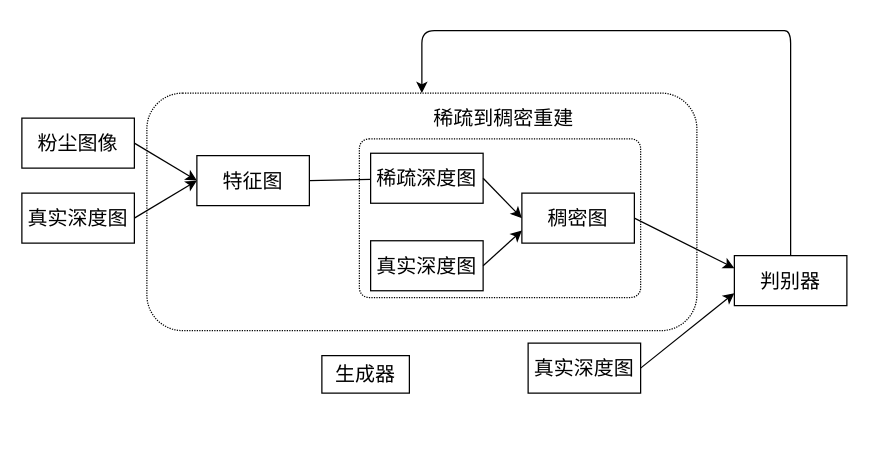
JhmRoy/lanqiao keeps this draw.io diagram as Untitled Diagram.drawio. Above is the earlier version. Source tidied: cells renumbered, new cells numbered last; positions are measured from the earlier drawing's top-left corner, leaving out a move shared by most shapes. Both pictures are drawn from the tidied source at 125%, with x=0, y=0 at pixel (21, 30).
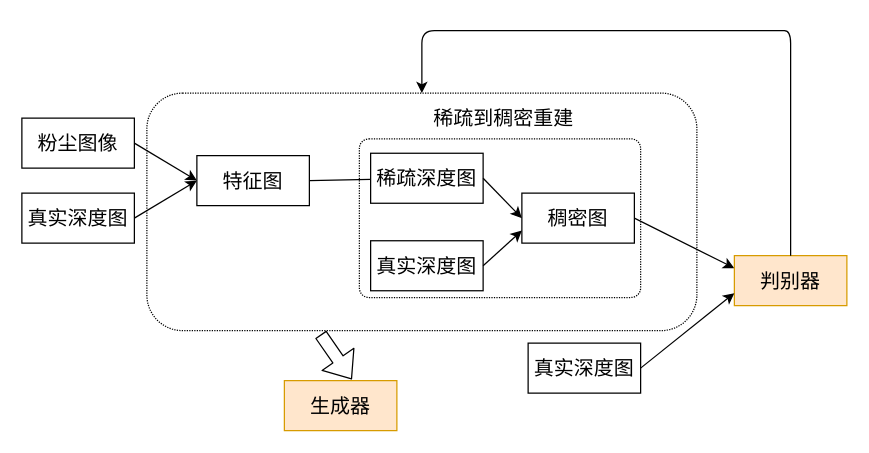
The same diagram, later.

The change refers to these unchanged cells:
```xml
<mxCell id="2" style="rounded=1;whiteSpace=wrap;html=1;fillColor=none;dashed=1;fontSize=16;dashPattern=1 1;" parent="1" vertex="1">
  <mxGeometry x="100" y="50" width="440" height="190" as="geometry" />
</mxCell>
```

Change to the diagram source:
```diff
@@
-    <mxCell id="4" value="生成器" style="rounded=0;whiteSpace=wrap;html=1;fillColor=none;fontSize=16;" parent="1" vertex="1">
-      <mxGeometry x="240" y="260" width="70" height="30" as="geometry" />
+    <mxCell id="4" value="生成器" style="rounded=0;whiteSpace=wrap;html=1;fillColor=#ffe6cc;fontSize=16;strokeColor=#d79b00;" parent="1" vertex="1">
+      <mxGeometry x="210" y="280" width="90" height="40" as="geometry" />
     </mxCell>
@@
-    <mxCell id="19" value="判别器" style="rounded=0;whiteSpace=wrap;html=1;fillColor=none;fontSize=16;" parent="1" vertex="1">
+    <mxCell id="19" value="判别器" style="rounded=0;whiteSpace=wrap;html=1;fillColor=#ffe6cc;fontSize=16;strokeColor=#d79b00;" parent="1" vertex="1">
       <mxGeometry x="570" y="180" width="90" height="40" as="geometry" />
     </mxCell>
@@
+    <mxCell id="22" style="shape=flexArrow;endArrow=classic;html=1;exitX=0.316;exitY=1.016;exitDx=0;exitDy=0;exitPerimeter=0;entryX=0.6;entryY=-0.025;entryDx=0;entryDy=0;entryPerimeter=0;" parent="1" edge="1" source="2" target="4">
+      <mxGeometry relative="1" as="geometry" />
+    </mxCell>
```
